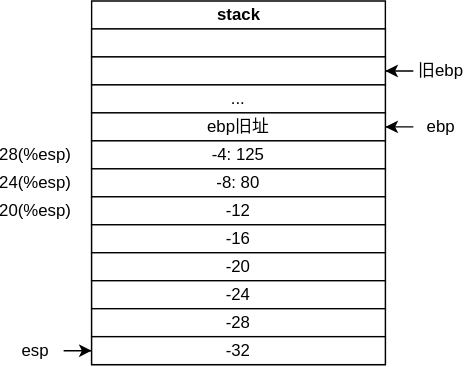
Stolorzs/Picgo keeps this draw.io diagram as drawio/x86callFunc.drawio.svg. Above is the earlier version. Source tidied: cells renumbered, new cells last; positions are measured from the earlier drawing's top-left corner, leaving out a move shared by most shapes.
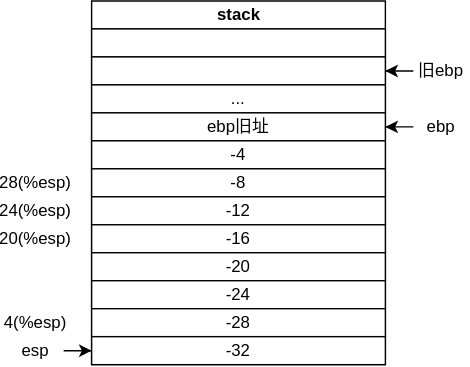
Later version of the same file.

Change to the diagram source:
```diff
@@ -17,10 +17,10 @@
     <mxCell id="6" value="ebp旧址" style="rounded=0;whiteSpace=wrap;html=1;" parent="2" vertex="1">
       <mxGeometry y="80" width="210" height="20" as="geometry" />
     </mxCell>
-    <mxCell id="7" value="-4: 125" style="rounded=0;whiteSpace=wrap;html=1;" parent="2" vertex="1">
+    <mxCell id="7" value="-4" style="rounded=0;whiteSpace=wrap;html=1;" parent="2" vertex="1">
       <mxGeometry y="100" width="210" height="20" as="geometry" />
     </mxCell>
-    <mxCell id="8" value="-8: 80" style="rounded=0;whiteSpace=wrap;html=1;" parent="2" vertex="1">
+    <mxCell id="8" value="-8" style="rounded=0;whiteSpace=wrap;html=1;" parent="2" vertex="1">
       <mxGeometry y="120" width="210" height="20" as="geometry" />
     </mxCell>
     <mxCell id="9" value="-12" style="rounded=0;whiteSpace=wrap;html=1;" parent="2" vertex="1">
@@ -60,13 +60,16 @@
       <mxGeometry x="290" y="40" width="40" height="20" as="geometry" />
     </mxCell>
     <mxCell id="21" value="28(%esp)" style="text;html=1;align=center;verticalAlign=middle;whiteSpace=wrap;rounded=0;" parent="1" vertex="1">
-      <mxGeometry y="100" width="40" height="20" as="geometry" />
+      <mxGeometry y="120" width="40" height="20" as="geometry" />
     </mxCell>
     <mxCell id="22" value="24(%esp)" style="text;html=1;align=center;verticalAlign=middle;whiteSpace=wrap;rounded=0;" parent="1" vertex="1">
-      <mxGeometry y="120" width="40" height="20" as="geometry" />
+      <mxGeometry y="140" width="40" height="20" as="geometry" />
     </mxCell>
     <mxCell id="23" value="20(%esp)" style="text;html=1;align=center;verticalAlign=middle;whiteSpace=wrap;rounded=0;" parent="1" vertex="1">
-      <mxGeometry y="140" width="40" height="20" as="geometry" />
+      <mxGeometry y="160" width="40" height="20" as="geometry" />
     </mxCell>
+    <mxCell id="24" value="4(%esp)" style="text;html=1;align=center;verticalAlign=middle;whiteSpace=wrap;rounded=0;" parent="1" vertex="1">
+      <mxGeometry y="220" width="40" height="20" as="geometry" />
+    </mxCell>
   </root>
 </mxGraphModel>
```
